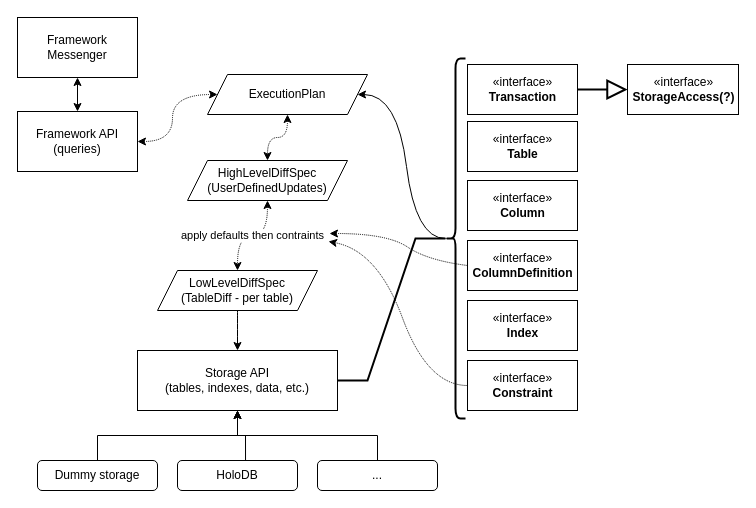
The draw.io diagram docs/framework-mindmap.drawio in miniconnect/miniconnect, before the edit. Source tidied: cells renumbered, new cells numbered last; positions are measured from the earlier drawing's top-left corner, leaving out a move shared by most shapes. Both pictures are drawn from the tidied source at 100%, with x=0, y=0 at pixel (17, 17).
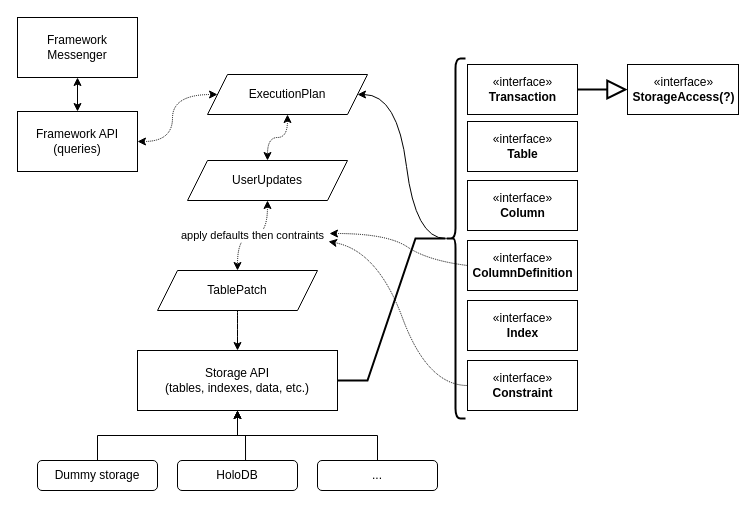
Above is the later version.

Change to the diagram source:
```diff
@@
-    <mxCell id="9" value="&lt;div&gt;HighLevelDiffSpec&lt;/div&gt;(UserDefinedUpdates)" style="shape=parallelogram;perimeter=parallelogramPerimeter;whiteSpace=wrap;html=1;fixedSize=1;" parent="1" vertex="1">
+    <mxCell id="9" value="&lt;div&gt;UserUpdates&lt;/div&gt;" style="shape=parallelogram;perimeter=parallelogramPerimeter;whiteSpace=wrap;html=1;fixedSize=1;" parent="1" vertex="1">
       <mxGeometry x="170" y="143" width="160" height="40" as="geometry" />
     </mxCell>
@@
-    <mxCell id="11" value="&lt;div&gt;LowLevelDiffSpec&lt;/div&gt;&lt;div&gt;(TableDiff - per table)&lt;br&gt;&lt;/div&gt;" style="shape=parallelogram;perimeter=parallelogramPerimeter;whiteSpace=wrap;html=1;fixedSize=1;" parent="1" vertex="1">
+    <mxCell id="11" value="TablePatch" style="shape=parallelogram;perimeter=parallelogramPerimeter;whiteSpace=wrap;html=1;fixedSize=1;" parent="1" vertex="1">
       <mxGeometry x="140" y="253" width="160" height="40" as="geometry" />
     </mxCell>
```
